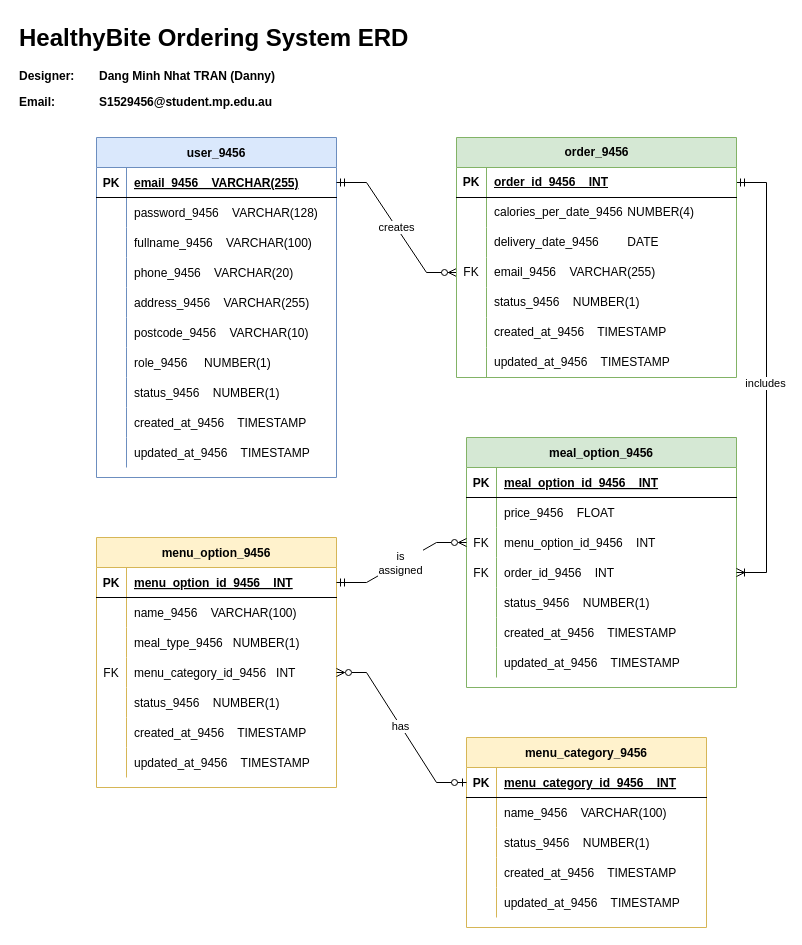
DannyTran3000/er_diagram keeps this draw.io diagram as Untitled Diagram.drawio. Above is the earlier version. Source tidied: cells renumbered, new cells numbered last; positions are measured from the earlier drawing's top-left corner, leaving out a move shared by most shapes. Both pictures are drawn from the tidied source at 100%, with x=0, y=0 at pixel (17, 17).
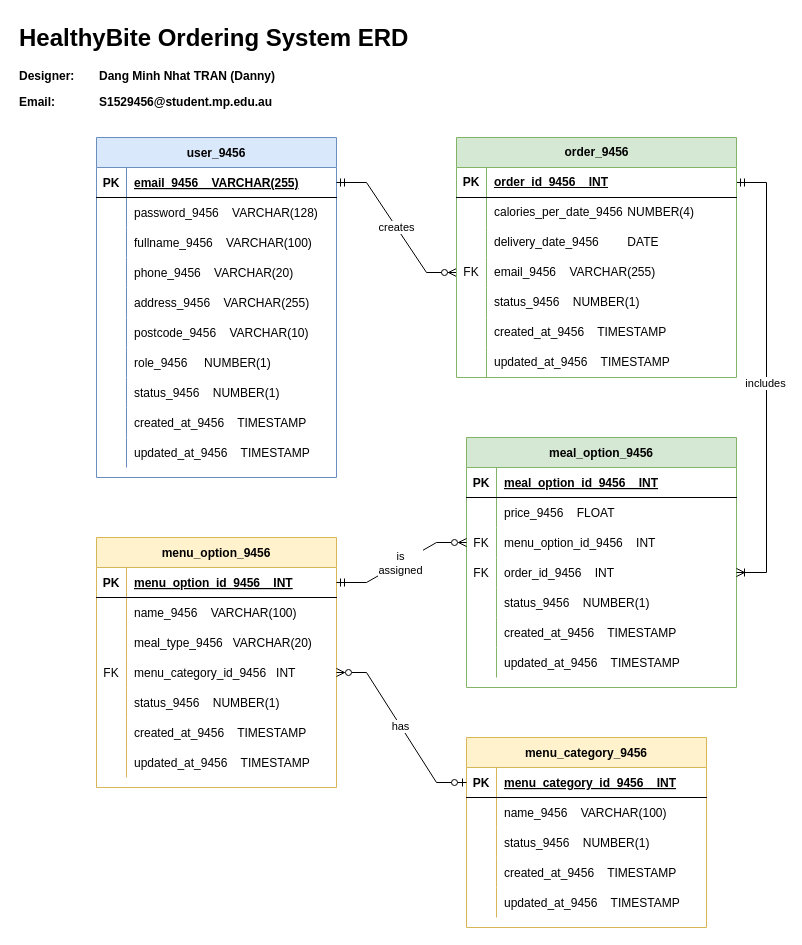
The same page after the edit.

The change refers to these unchanged cells:
```xml
<mxCell id="64" style="shape=partialRectangle;fillColor=none;top=0;left=0;right=0;bottom=0;" parent="57" vertex="1">
  <mxGeometry y="90" width="240" height="30" as="geometry" />
</mxCell>
```

The edit, as a diff of the source:
```diff
@@
-    <mxCell id="66" value="meal_type_9456   NUMBER(1)" style="shape=partialRectangle;overflow=hidden;fillColor=none;top=0;left=0;bottom=0;right=0;align=left;spacingLeft=6;fontStyle=0;" parent="64" vertex="1">
+    <mxCell id="66" value="meal_type_9456   VARCHAR(20)" style="shape=partialRectangle;overflow=hidden;fillColor=none;top=0;left=0;bottom=0;right=0;align=left;spacingLeft=6;fontStyle=0;" parent="64" vertex="1">
       <mxGeometry x="30" width="210" height="30" as="geometry" />
     </mxCell>
```
